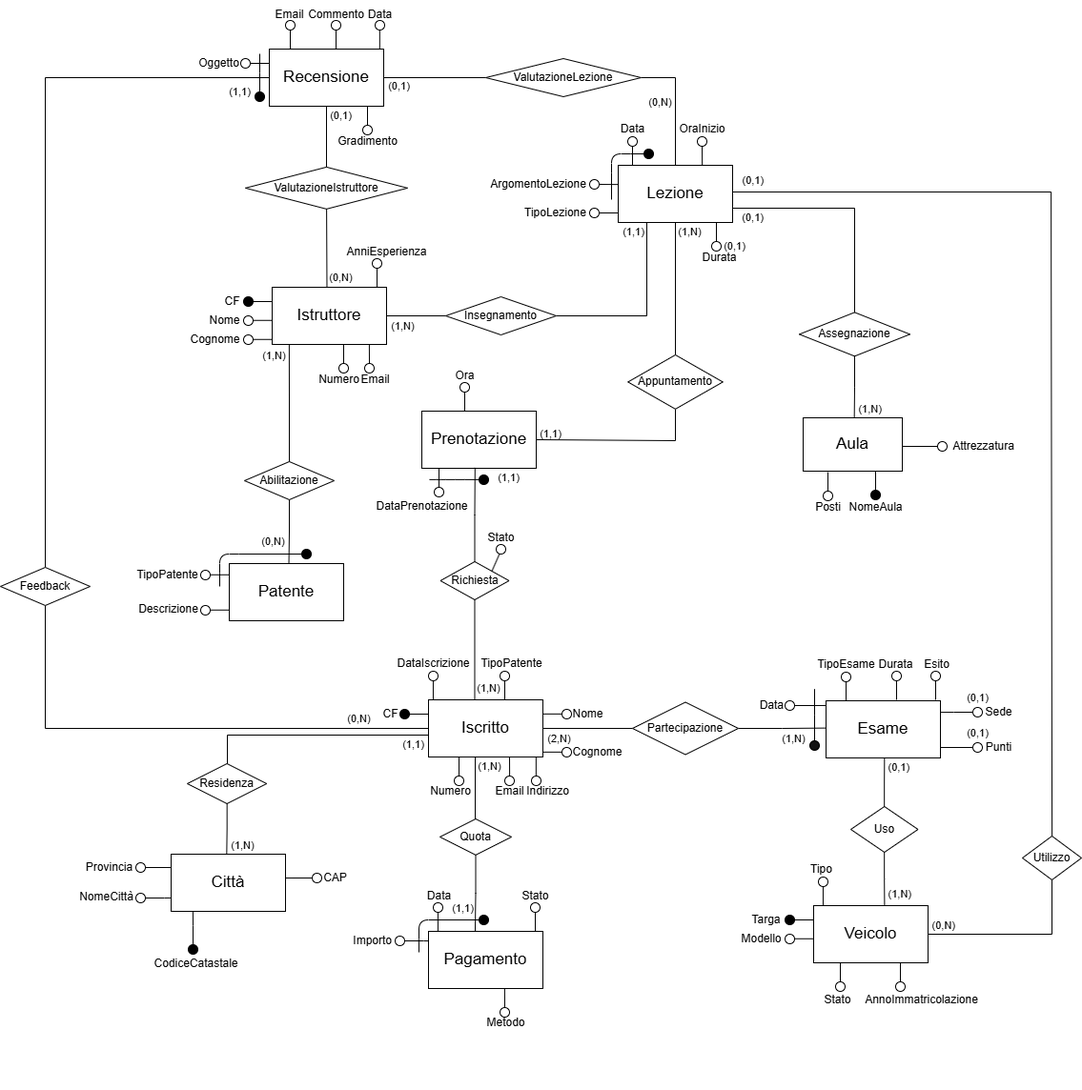
Above: img/ER_ScuolaGuidaRistrutturato.drawio.png in Andrea-Difino/db_scuola_guida (draw.io), before the change. Source tidied: cells renumbered, new cells last; positions are measured from the earlier drawing's top-left corner, leaving out a move shared by most shapes.
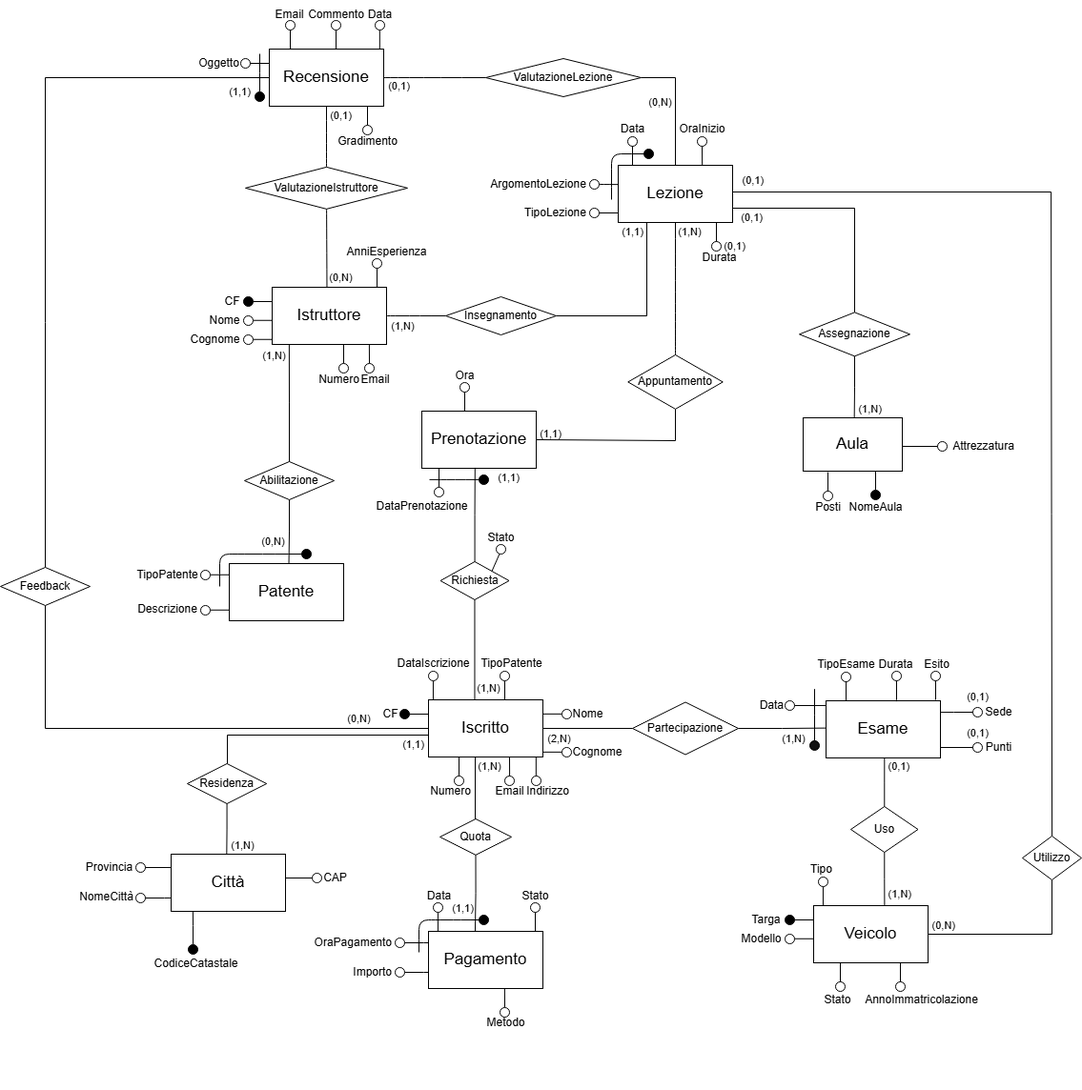
After the commit.

Commit message:
modificato per l'implementazione di OraPagamento

What changed in the source:
```diff
@@ -23,12 +23,12 @@
     <mxCell id="7" style="ellipse;whiteSpace=wrap;html=1;rounded=0;strokeColor=light-dark(#000000,#000000);align=center;verticalAlign=middle;fontFamily=Helvetica;fontSize=12;fontColor=light-dark(#000000,#000000);fillColor=light-dark(#000000,#FFFFFF);" parent="4" vertex="1">
       <mxGeometry x="198" y="130" width="10" height="10" as="geometry" />
     </mxCell>
-    <mxCell id="8" style="edgeStyle=orthogonalEdgeStyle;rounded=0;jettySize=auto;html=1;" parent="4" edge="1" source="9" target="19">
-      <mxGeometry relative="1" as="geometry" />
+    <mxCell id="8" style="edgeStyle=orthogonalEdgeStyle;rounded=0;orthogonalLoop=1;jettySize=auto;html=1;" parent="4" edge="1">
+      <mxGeometry relative="1" as="geometry">
+        <mxPoint x="88" y="60" as="sourcePoint" />
+        <mxPoint x="86" y="60" as="targetPoint" />
+      </mxGeometry>
     </mxCell>
-    <mxCell id="9" style="ellipse;whiteSpace=wrap;html=1;rounded=0;strokeColor=light-dark(#000000,#000000);align=center;verticalAlign=middle;fontFamily=Helvetica;fontSize=12;fontColor=light-dark(#000000,#000000);fillColor=light-dark(#000000,#FFFFFF);" parent="4" vertex="1">
-      <mxGeometry x="88" y="55" width="10" height="10" as="geometry" />
-    </mxCell>
     <mxCell id="10" value="&lt;font&gt;Data&lt;/font&gt;" style="text;html=1;align=center;verticalAlign=middle;strokeColor=none;fillColor=none;fontFamily=Helvetica;fontSize=12;fontColor=light-dark(#000000,#000000);" parent="4" vertex="1">
       <mxGeometry x="112" width="43" height="26" as="geometry" />
     </mxCell>
@@ -70,12 +70,6 @@
         </Array>
       </mxGeometry>
     </mxCell>
-    <mxCell id="19" value="&lt;font style=&quot;color: light-dark(rgb(0, 0, 0), rgb(0, 0, 0));&quot;&gt;Importo&lt;/font&gt;" style="text;html=1;align=right;verticalAlign=middle;points=[];strokeColor=none;fillColor=none;fontFamily=Helvetica;fontSize=12;fontColor=default;" parent="4" vertex="1">
-      <mxGeometry x="26" y="45" width="60" height="30" as="geometry" />
-    </mxCell>
-    <mxCell id="20" style="edgeStyle=orthogonalEdgeStyle;rounded=0;jettySize=auto;html=1;entryX=0;entryY=0.168;entryDx=0;entryDy=0;entryPerimeter=0;strokeColor=light-dark(#000000,#000000);endArrow=none;startFill=0;" parent="4" edge="1" source="9" target="5">
-      <mxGeometry relative="1" as="geometry" />
-    </mxCell>
     <mxCell id="21" style="group;" parent="1" vertex="1">
       <mxGeometry x="194" width="395" height="797" as="geometry" />
     </mxCell>
@@ -249,7 +243,7 @@
       <mxGeometry x="131" y="121" as="geometry" />
     </mxCell>
     <mxCell id="65" style="group;" parent="1" vertex="1">
-      <mxGeometry x="302" y="430" width="351" height="579" as="geometry" />
+      <mxGeometry x="302" y="430" width="351" height="603" as="geometry" />
     </mxCell>
     <mxCell id="66" value="&lt;font style=&quot;color: light-dark(rgb(0, 0, 0), rgb(0, 0, 0));&quot;&gt;Prenotazione&lt;/font&gt;" style="rounded=0;whiteSpace=wrap;html=1;fillColor=light-dark(#000000,#FFFFFF);strokeColor=light-dark(#000000,#000000);fontSize=17;" parent="65" vertex="1">
       <mxGeometry x="140" y="1" width="120" height="60" as="geometry" />
@@ -292,7 +286,7 @@
       <mxGeometry x="218" y="141" width="10" height="10" as="geometry" />
     </mxCell>
     <mxCell id="75" style="group;" parent="65" vertex="1">
-      <mxGeometry x="-166" y="-13" width="458" height="592" as="geometry" />
+      <mxGeometry x="-166" y="-13" width="458" height="616" as="geometry" />
     </mxCell>
     <mxCell id="76" value="&lt;font&gt;TipoPatente&lt;/font&gt;" style="text;html=1;align=center;verticalAlign=middle;strokeColor=none;fillColor=none;fontFamily=Helvetica;fontSize=12;fontColor=light-dark(#000000,#000000);" parent="75" vertex="1">
       <mxGeometry x="-2" y="173" width="82" height="26" as="geometry" />
@@ -332,6 +326,31 @@
     <mxCell id="83" value="Descrizione" style="text;html=1;align=center;verticalAlign=middle;strokeColor=none;fillColor=none;fontFamily=Helvetica;fontSize=12;fontColor=light-dark(#000000,#000000);" parent="75" vertex="1">
       <mxGeometry x="-1" y="209" width="81" height="26" as="geometry" />
     </mxCell>
+    <mxCell id="261" value="&lt;font style=&quot;color: light-dark(rgb(0, 0, 0), rgb(0, 0, 0));&quot;&gt;OraPagamento&lt;/font&gt;" style="text;html=1;align=right;verticalAlign=middle;points=[];strokeColor=none;fillColor=none;fontFamily=Helvetica;fontSize=12;fontColor=default;" parent="75" vertex="1">
+      <mxGeometry x="177" y="559" width="99" height="26" as="geometry" />
+    </mxCell>
+    <mxCell id="262" style="ellipse;whiteSpace=wrap;html=1;rounded=0;strokeColor=light-dark(#000000,#000000);align=center;verticalAlign=middle;fontFamily=Helvetica;fontSize=12;fontColor=light-dark(#000000,#000000);fillColor=light-dark(#000000,#FFFFFF);" parent="75" vertex="1">
+      <mxGeometry x="278" y="567" width="10" height="10" as="geometry" />
+    </mxCell>
+    <mxCell id="263" style="edgeStyle=orthogonalEdgeStyle;rounded=0;jettySize=auto;html=1;entryX=0;entryY=0.168;entryDx=0;entryDy=0;entryPerimeter=0;strokeColor=light-dark(#000000,#000000);endArrow=none;startFill=0;" parent="75" edge="1" source="262">
+      <mxGeometry relative="1" as="geometry">
+        <mxPoint x="313" y="572" as="targetPoint" />
+      </mxGeometry>
+    </mxCell>
+    <mxCell id="19" value="&lt;font style=&quot;color: light-dark(rgb(0, 0, 0), rgb(0, 0, 0));&quot;&gt;Importo&lt;/font&gt;" style="text;html=1;align=right;verticalAlign=middle;points=[];strokeColor=none;fillColor=none;fontFamily=Helvetica;fontSize=12;fontColor=default;" parent="75" vertex="1">
+      <mxGeometry x="217" y="590" width="59" height="26" as="geometry" />
+    </mxCell>
+    <mxCell id="264" style="ellipse;whiteSpace=wrap;html=1;rounded=0;strokeColor=light-dark(#000000,#000000);align=center;verticalAlign=middle;fontFamily=Helvetica;fontSize=12;fontColor=light-dark(#000000,#000000);fillColor=light-dark(#000000,#FFFFFF);" parent="75" vertex="1">
+      <mxGeometry x="278" y="598" width="10" height="10" as="geometry" />
+    </mxCell>
+    <mxCell id="265" style="edgeStyle=orthogonalEdgeStyle;rounded=0;jettySize=auto;html=1;entryX=0;entryY=0.168;entryDx=0;entryDy=0;entryPerimeter=0;strokeColor=light-dark(#000000,#000000);endArrow=none;startFill=0;" parent="75" edge="1" source="264">
+      <mxGeometry relative="1" as="geometry">
+        <mxPoint x="313" y="603" as="targetPoint" />
+      </mxGeometry>
+    </mxCell>
+    <mxCell id="266" style="edgeStyle=orthogonalEdgeStyle;rounded=0;jettySize=auto;html=1;strokeColor=none;" parent="75" edge="1" source="262" target="261">
+      <mxGeometry relative="1" as="geometry" />
+    </mxCell>
     <mxCell id="84" value="&lt;font style=&quot;color: light-dark(rgb(0, 0, 0), rgb(0, 0, 0));&quot;&gt;Abilitazione&lt;/font&gt;" style="rhombus;whiteSpace=wrap;html=1;fillColor=light-dark(#FFFFFF,#FFFFFF);strokeColor=light-dark(#000000,#000000);" parent="65" vertex="1">
       <mxGeometry x="-46" y="54" width="94" height="40" as="geometry" />
     </mxCell>
```
